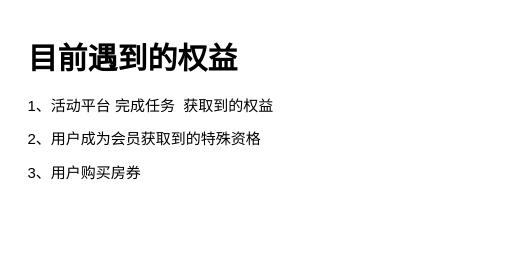
This is 业务系统/权益中心.drawio from NonePro/UML, a draw.io file, before an edit. Source tidied: cells renumbered, new cells numbered last; positions are measured from the earlier drawing's top-left corner, leaving out a move shared by most shapes. Both pictures are drawn from the tidied source at 125%, with x=0, y=0 at pixel (21, 34).
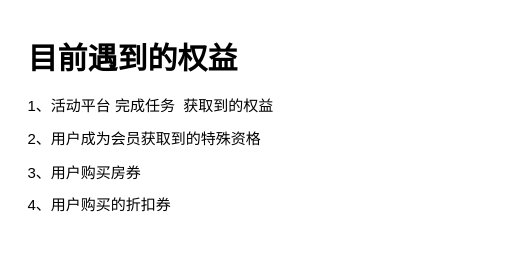
After the change.

Diff of the diagram source:
```diff
@@
 <mxGraphModel>
   <root>
     <mxCell id="0" />
     <mxCell id="1" parent="0" />
-    <mxCell id="2" value="&lt;h1&gt;目前遇到的权益&lt;/h1&gt;&lt;p&gt;1、活动平台 完成任务&amp;nbsp; 获取到的权益&lt;/p&gt;&lt;p&gt;2、用户成为会员获取到的特殊资格&lt;/p&gt;&lt;p&gt;3、用户购买房券&lt;/p&gt;" style="text;html=1;strokeColor=none;fillColor=none;spacing=5;spacingTop=-20;whiteSpace=wrap;overflow=hidden;rounded=0;" parent="1" vertex="1">
+    <mxCell id="2" value="&lt;h1&gt;目前遇到的权益&lt;/h1&gt;&lt;p&gt;1、活动平台 完成任务&amp;nbsp; 获取到的权益&lt;/p&gt;&lt;p&gt;2、用户成为会员获取到的特殊资格&lt;/p&gt;&lt;p&gt;3、用户购买房券&lt;/p&gt;&lt;p&gt;4、用户购买的折扣券&lt;/p&gt;" style="text;html=1;strokeColor=none;fillColor=none;spacing=5;spacingTop=-20;whiteSpace=wrap;overflow=hidden;rounded=0;" parent="1" vertex="1">
       <mxGeometry width="370" height="180" as="geometry" />
     </mxCell>
   </root>
 </mxGraphModel>
```
